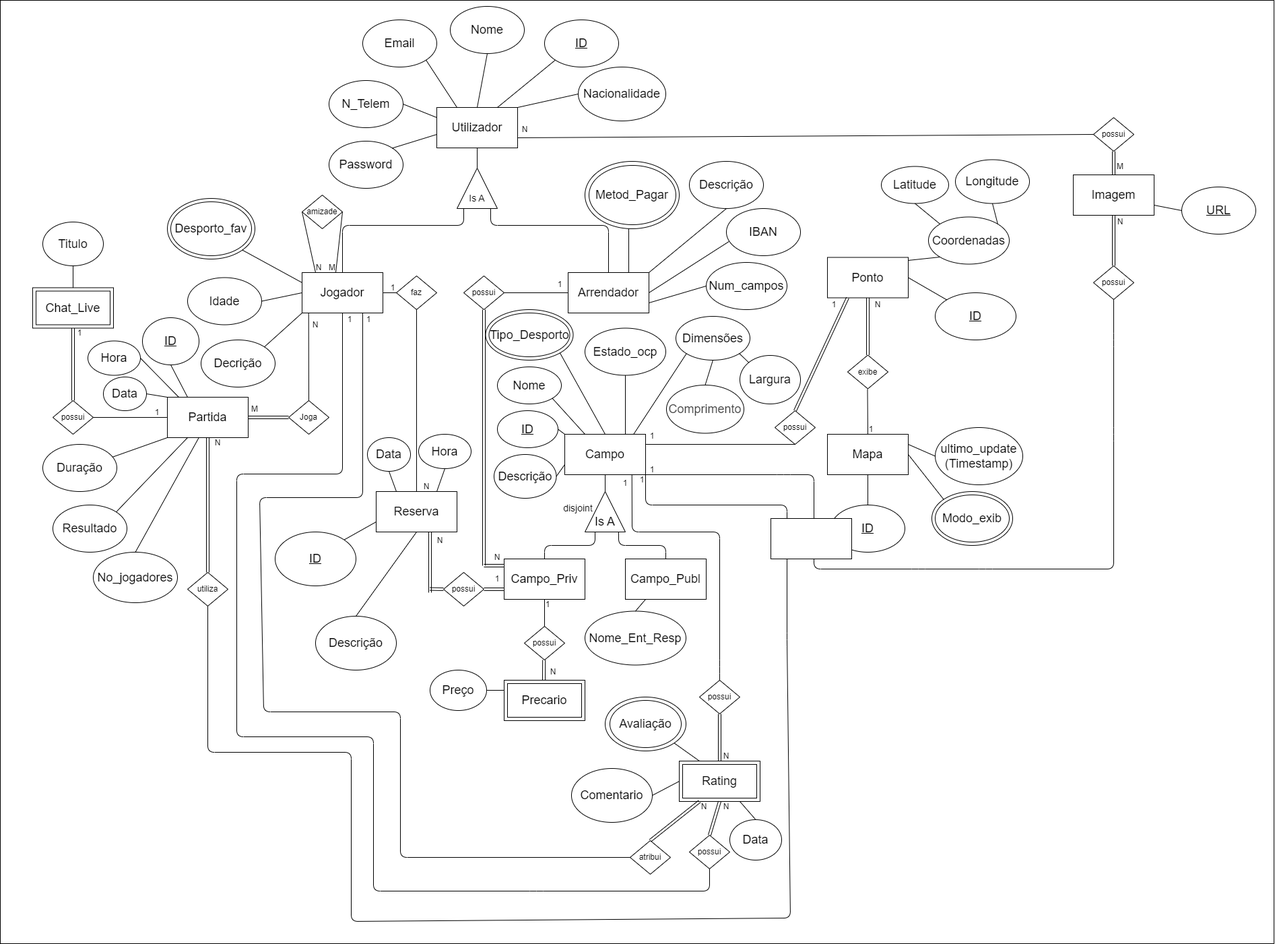
Before: DER_SL.png, a diagram exported from draw.io (Paul-Y5/Projeto_SPORTSLINK-BD). Source tidied: cells renumbered, new cells last; positions are measured from the earlier drawing's top-left corner, leaving out a move shared by most shapes.
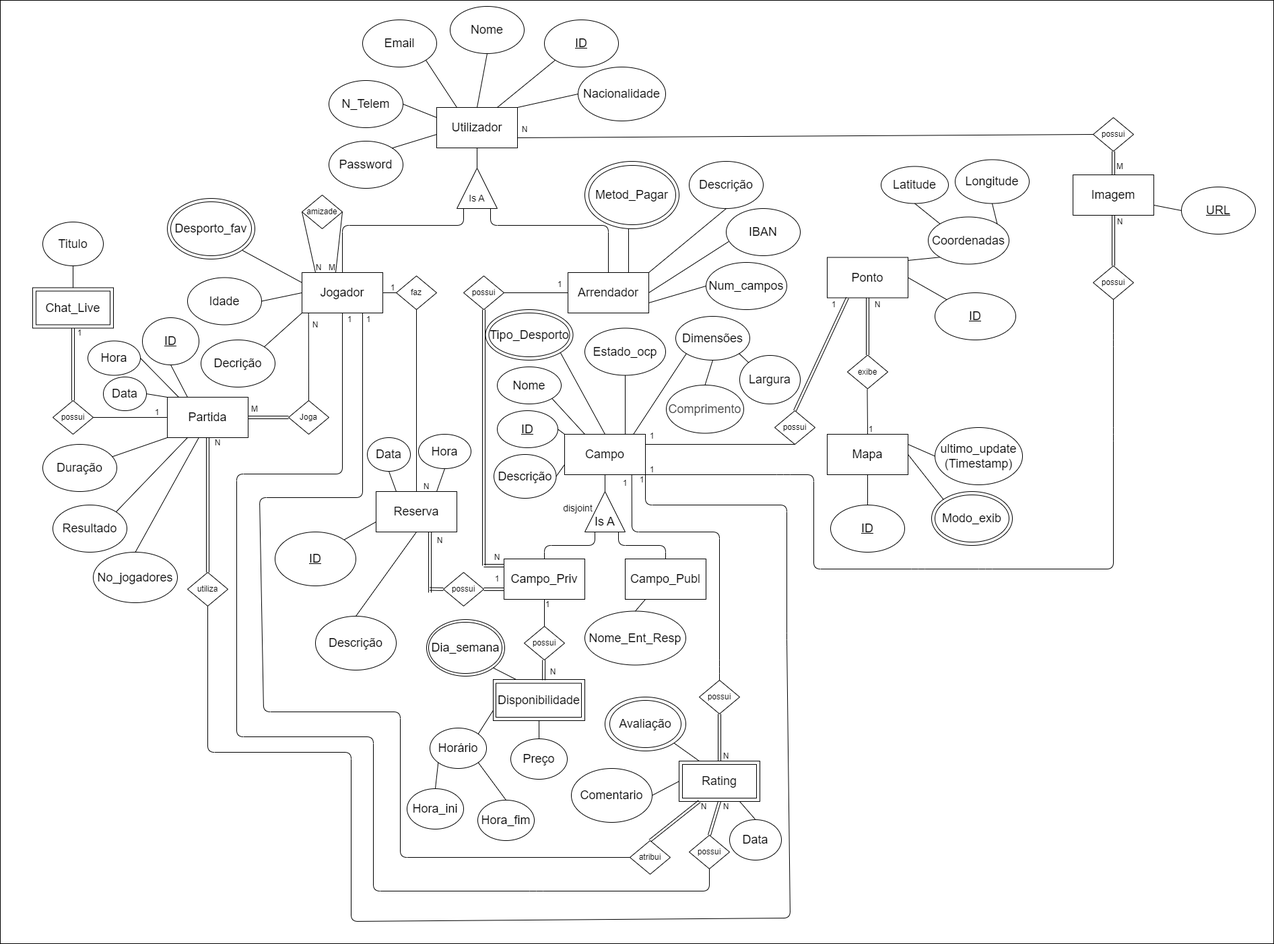
Above is the later version.

Diff of the diagram source:
```diff
@@ -183,8 +183,8 @@
         <mxPoint x="718" y="839" as="sourcePoint" />
       </mxGeometry>
     </mxCell>
-    <mxCell id="54" value="&lt;font style=&quot;font-size: 18px;&quot;&gt;Precario&lt;/font&gt;" style="rounded=0;whiteSpace=wrap;html=1;" parent="1" vertex="1">
-      <mxGeometry x="748" y="1009" width="120" height="60" as="geometry" />
+    <mxCell id="54" value="&lt;font style=&quot;font-size: 18px;&quot;&gt;Disponibilidade&lt;/font&gt;" style="rounded=0;whiteSpace=wrap;html=1;" parent="1" vertex="1">
+      <mxGeometry x="732" y="1008" width="136" height="61" as="geometry" />
     </mxCell>
     <mxCell id="55" value="possui" style="rhombus;whiteSpace=wrap;html=1;" parent="1" vertex="1">
       <mxGeometry x="778" y="929" width="60" height="50" as="geometry" />
@@ -199,7 +199,7 @@
       </mxGeometry>
     </mxCell>
     <mxCell id="58" style="rounded=0;whiteSpace=wrap;html=1;fillColor=none;" parent="1" vertex="1">
-      <mxGeometry x="753" y="1014" width="110" height="50" as="geometry" />
+      <mxGeometry x="736" y="1013.5" width="127" height="50.5" as="geometry" />
     </mxCell>
     <mxCell id="59" value="&lt;span style=&quot;font-size: 18px;&quot;&gt;Dimensões&lt;/span&gt;" style="ellipse;whiteSpace=wrap;html=1;" parent="1" vertex="1">
       <mxGeometry x="1003" y="469" width="110" height="65" as="geometry" />
@@ -605,9 +605,9 @@
       <mxGeometry relative="1" as="geometry" />
     </mxCell>
     <mxCell id="175" value="&lt;font style=&quot;font-size: 18px;&quot;&gt;Preço&lt;/font&gt;" style="ellipse;whiteSpace=wrap;html=1;" parent="1" vertex="1">
-      <mxGeometry x="638" y="994" width="84" height="60" as="geometry" />
+      <mxGeometry x="758" y="1096" width="84" height="60" as="geometry" />
     </mxCell>
-    <mxCell id="176" style="endArrow=none;html=1;exitX=1;exitY=0.5;exitDx=0;exitDy=0;entryX=0;entryY=0.25;entryDx=0;entryDy=0;" parent="1" edge="1" source="175" target="54">
+    <mxCell id="176" style="endArrow=none;html=1;exitX=0.5;exitY=0;exitDx=0;exitDy=0;entryX=0.5;entryY=1;entryDx=0;entryDy=0;" parent="1" edge="1" source="175" target="54">
       <mxGeometry relative="1" as="geometry" />
     </mxCell>
     <mxCell id="177" value="possui" style="rhombus;whiteSpace=wrap;html=1;" parent="1" vertex="1">
@@ -706,8 +706,32 @@
     <mxCell id="202" style="endArrow=none;html=1;entryX=1;entryY=0.5;entryDx=0;entryDy=0;exitX=0;exitY=0;exitDx=0;exitDy=0;" parent="1" edge="1" source="85" target="199">
       <mxGeometry relative="1" as="geometry" />
     </mxCell>
-    <mxCell id="203" style="rounded=0;whiteSpace=wrap;html=1;" parent="1" vertex="1">
-      <mxGeometry x="1144" y="769" width="120" height="60" as="geometry" />
-    </mxCell>
+    <mxCell id="204" value="&lt;font style=&quot;font-size: 18px;&quot;&gt;Dia_semana&lt;/font&gt;" style="ellipse;whiteSpace=wrap;html=1;" parent="1" vertex="1">
+      <mxGeometry x="633" y="919" width="116" height="84" as="geometry" />
+    </mxCell>
+    <mxCell id="205" value="&lt;span style=&quot;font-size: 18px;&quot;&gt;Horário&lt;/span&gt;" style="ellipse;whiteSpace=wrap;html=1;" parent="1" vertex="1">
+      <mxGeometry x="638" y="1080" width="84" height="60" as="geometry" />
+    </mxCell>
+    <mxCell id="206" value="&lt;span style=&quot;font-size: 18px;&quot;&gt;Hora_ini&lt;/span&gt;" style="ellipse;whiteSpace=wrap;html=1;" parent="1" vertex="1">
+      <mxGeometry x="604" y="1170" width="84" height="60" as="geometry" />
+    </mxCell>
+    <mxCell id="207" value="&lt;span style=&quot;font-size: 18px;&quot;&gt;Hora_fim&lt;/span&gt;" style="ellipse;whiteSpace=wrap;html=1;" parent="1" vertex="1">
+      <mxGeometry x="709" y="1187" width="84" height="60" as="geometry" />
+    </mxCell>
+    <mxCell id="208" style="endArrow=none;html=1;exitX=0;exitY=0.75;exitDx=0;exitDy=0;entryX=1;entryY=0;entryDx=0;entryDy=0;" parent="1" edge="1" source="54" target="205">
+      <mxGeometry relative="1" as="geometry" />
+    </mxCell>
+    <mxCell id="209" style="endArrow=none;html=1;exitX=0;exitY=1;exitDx=0;exitDy=0;entryX=0.5;entryY=0;entryDx=0;entryDy=0;" parent="1" edge="1" source="205" target="206">
+      <mxGeometry relative="1" as="geometry" />
+    </mxCell>
+    <mxCell id="210" style="endArrow=none;html=1;exitX=1;exitY=1;exitDx=0;exitDy=0;entryX=0.5;entryY=0;entryDx=0;entryDy=0;" parent="1" edge="1" source="205" target="207">
+      <mxGeometry relative="1" as="geometry" />
+    </mxCell>
+    <mxCell id="211" style="endArrow=none;html=1;exitX=1;exitY=1;exitDx=0;exitDy=0;entryX=0.25;entryY=0;entryDx=0;entryDy=0;" parent="1" edge="1" source="204" target="54">
+      <mxGeometry relative="1" as="geometry" />
+    </mxCell>
+    <mxCell id="212" style="ellipse;whiteSpace=wrap;html=1;fillColor=none;" parent="1" vertex="1">
+      <mxGeometry x="636" y="923" width="109" height="76" as="geometry" />
+    </mxCell>
   </root>
 </mxGraphModel>
```
